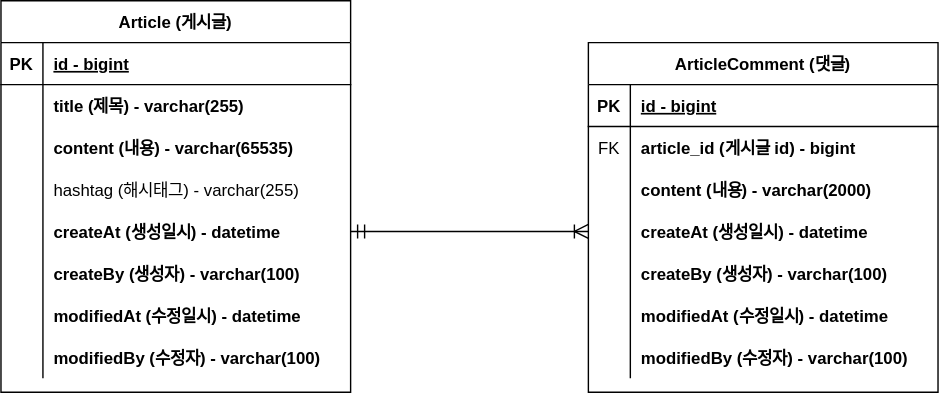
Earlier version of the draw.io export document/project-board-erd.svg (ekek3002/fastcampus-project-board). Source tidied: cells renumbered, new cells last; positions are measured from the earlier drawing's top-left corner, leaving out a move shared by most shapes.
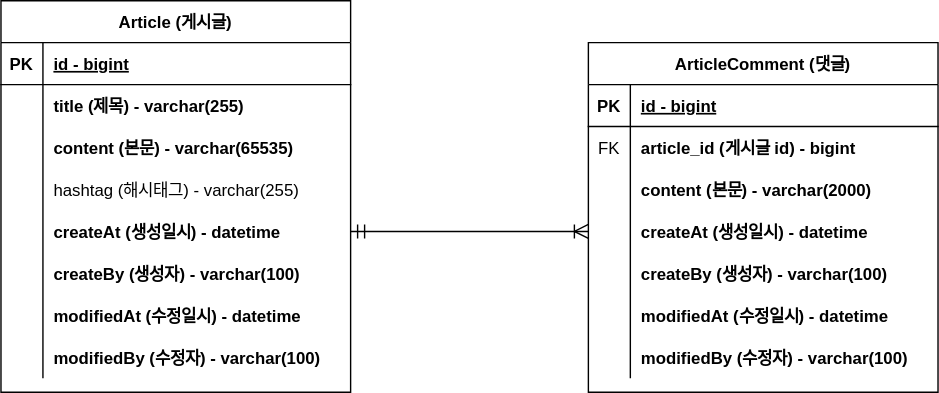
After the change.

Commit message:
#9 - ERD 주석 업데이트: project-board-erd.svg

Diff of the diagram source:
```diff
@@ -29,7 +29,7 @@
     <mxCell id="10" style="shape=partialRectangle;overflow=hidden;fillColor=none;top=0;left=0;bottom=0;right=0;" parent="9" vertex="1">
       <mxGeometry width="30" height="30" as="geometry" />
     </mxCell>
-    <mxCell id="11" value="content (내용) - varchar(65535)" style="shape=partialRectangle;overflow=hidden;fillColor=none;top=0;left=0;bottom=0;right=0;align=left;spacingLeft=6;fontStyle=1;" parent="9" vertex="1">
+    <mxCell id="11" value="content (본문) - varchar(65535)" style="shape=partialRectangle;overflow=hidden;fillColor=none;top=0;left=0;bottom=0;right=0;align=left;spacingLeft=6;fontStyle=1;" parent="9" vertex="1">
       <mxGeometry x="30" width="220" height="30" as="geometry" />
     </mxCell>
     <mxCell id="12" style="shape=partialRectangle;fillColor=none;top=0;left=0;right=0;bottom=0;" parent="2" vertex="1">
@@ -104,7 +104,7 @@
     <mxCell id="35" style="shape=partialRectangle;overflow=hidden;fillColor=none;top=0;left=0;bottom=0;right=0;" parent="34" vertex="1">
       <mxGeometry width="30" height="30" as="geometry" />
     </mxCell>
-    <mxCell id="36" value="content (내용) - varchar(2000)" style="shape=partialRectangle;overflow=hidden;fillColor=none;top=0;left=0;bottom=0;right=0;align=left;spacingLeft=6;fontStyle=1;" parent="34" vertex="1">
+    <mxCell id="36" value="content (본문) - varchar(2000)" style="shape=partialRectangle;overflow=hidden;fillColor=none;top=0;left=0;bottom=0;right=0;align=left;spacingLeft=6;fontStyle=1;" parent="34" vertex="1">
       <mxGeometry x="30" width="220" height="30" as="geometry" />
     </mxCell>
     <mxCell id="37" style="shape=partialRectangle;fillColor=none;points=[[0,0.5],[1,0.5]];portConstraint=eastwest;top=0;left=0;right=0;bottom=0;" parent="27" vertex="1">
```
